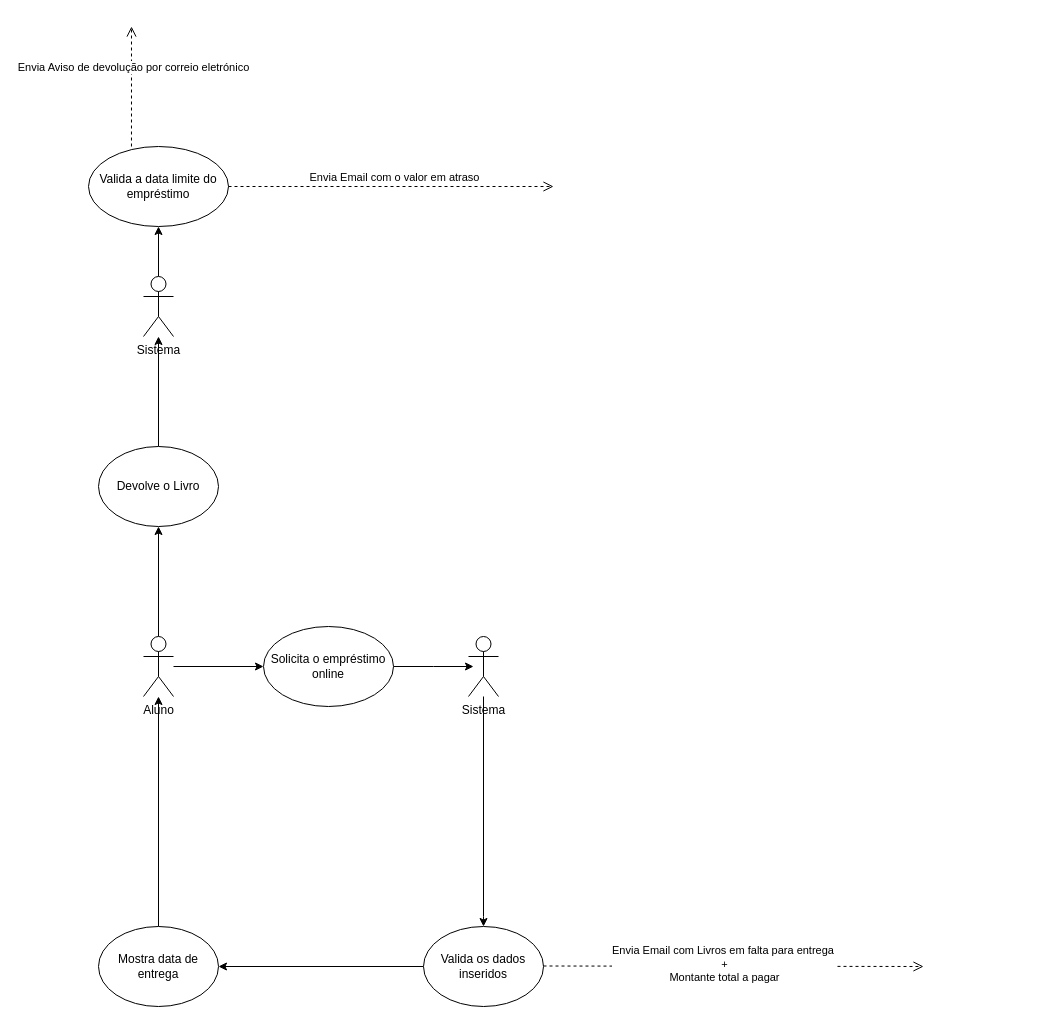
Earlier version of the draw.io diagram Praticas/pratica2.drawio (joaoabreu1/tpsi-progoo-2074622). Source tidied: cells renumbered, new cells numbered last; positions are measured from the earlier drawing's top-left corner, leaving out a move shared by most shapes. Both pictures are drawn from the tidied source at 100%, with x=0, y=0 at pixel (88, 26).
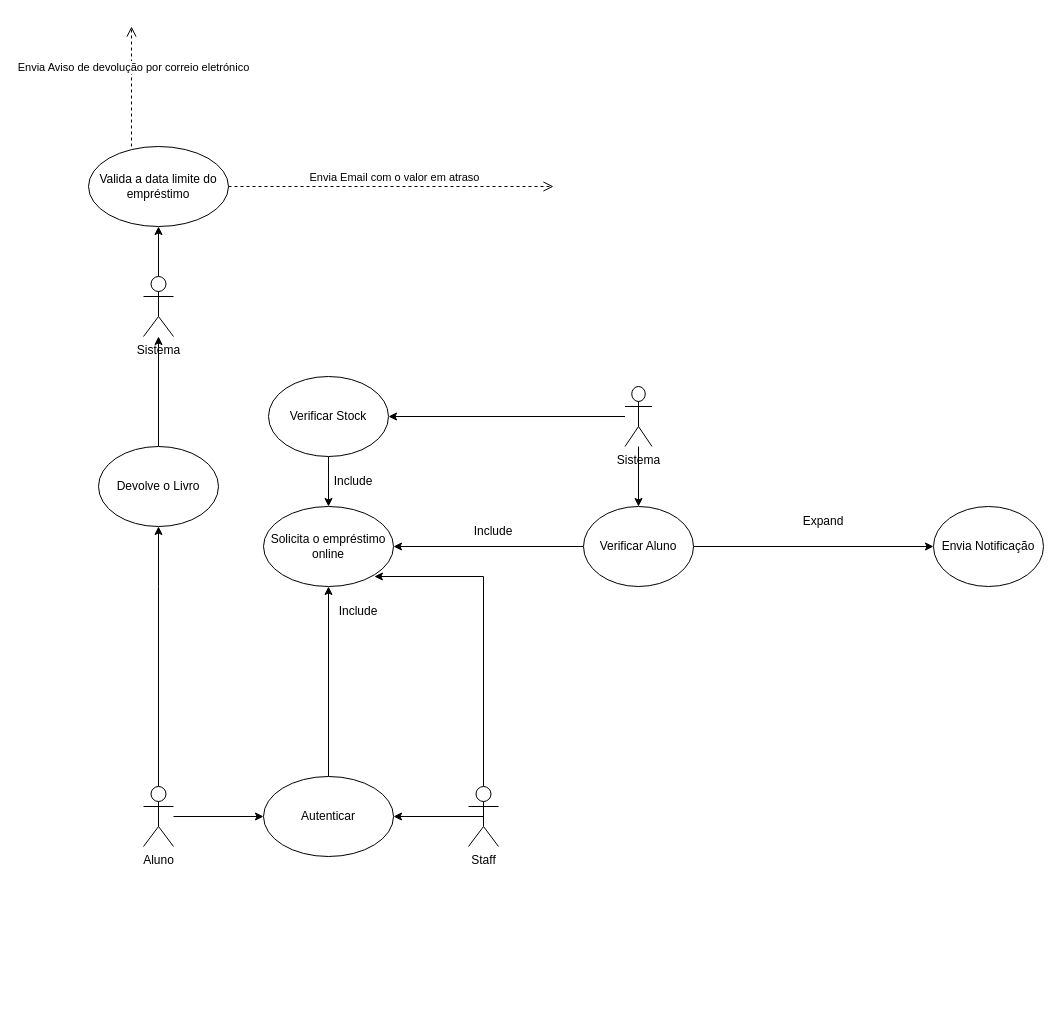
The same page after the edit.

The change refers to these unchanged cells:
```xml
<mxCell id="14" value="Devolve o Livro" style="ellipse;whiteSpace=wrap;html=1;" parent="1" vertex="1">
  <mxGeometry x="10" y="420" width="120" height="80" as="geometry" />
</mxCell>
```

Diff of the diagram source:
```diff
@@
-    <mxCell id="2" value="Sistema" style="shape=umlActor;verticalLabelPosition=bottom;verticalAlign=top;html=1;outlineConnect=0;" parent="1" vertex="1">
-      <mxGeometry x="380" y="610" width="30" height="60" as="geometry" />
-    </mxCell>
-    <mxCell id="3" style="edgeStyle=orthogonalEdgeStyle;rounded=0;jettySize=auto;html=1;entryX=0.5;entryY=0;entryDx=0;entryDy=0;" parent="1" edge="1" source="2" target="7">
-      <mxGeometry relative="1" as="geometry">
-        <Array as="points">
-          <mxPoint x="395" y="890" />
-          <mxPoint x="395" y="890" />
-        </Array>
-      </mxGeometry>
-    </mxCell>
-    <mxCell id="4" style="edgeStyle=orthogonalEdgeStyle;rounded=0;jettySize=auto;html=1;" parent="1" edge="1" source="5" target="10">
-      <mxGeometry relative="1" as="geometry" />
-    </mxCell>
-    <mxCell id="5" value="Mostra data de entrega" style="ellipse;whiteSpace=wrap;html=1;" parent="1" vertex="1">
-      <mxGeometry x="10" y="900" width="120" height="80" as="geometry" />
-    </mxCell>
-    <mxCell id="6" style="edgeStyle=orthogonalEdgeStyle;rounded=0;jettySize=auto;html=1;entryX=1;entryY=0.5;entryDx=0;entryDy=0;" parent="1" edge="1" source="7" target="5">
-      <mxGeometry relative="1" as="geometry" />
-    </mxCell>
-    <mxCell id="7" value="Valida os dados inseridos" style="ellipse;whiteSpace=wrap;html=1;" parent="1" vertex="1">
-      <mxGeometry x="335" y="900" width="120" height="80" as="geometry" />
-    </mxCell>
-    <mxCell id="8" style="edgeStyle=orthogonalEdgeStyle;rounded=0;jettySize=auto;html=1;" parent="1" edge="1" source="10" target="12">
-      <mxGeometry relative="1" as="geometry" />
-    </mxCell>
     <mxCell id="9" style="edgeStyle=orthogonalEdgeStyle;rounded=0;jettySize=auto;html=1;" parent="1" edge="1" source="10" target="14">
-      <mxGeometry relative="1" as="geometry" />
+      <mxGeometry relative="1" as="geometry">
+        <Array as="points">
+          <mxPoint x="70" y="560" />
+          <mxPoint x="70" y="560" />
+        </Array>
+      </mxGeometry>
     </mxCell>
+    <mxCell id="21" style="edgeStyle=orthogonalEdgeStyle;rounded=0;jettySize=auto;html=1;" parent="1" edge="1" source="10" target="26">
+      <mxGeometry relative="1" as="geometry" />
+    </mxCell>
     <mxCell id="10" value="Aluno" style="shape=umlActor;verticalLabelPosition=bottom;verticalAlign=top;html=1;outlineConnect=0;" parent="1" vertex="1">
-      <mxGeometry x="55" y="610" width="30" height="60" as="geometry" />
+      <mxGeometry x="55" y="760" width="30" height="60" as="geometry" />
     </mxCell>
-    <mxCell id="11" style="edgeStyle=orthogonalEdgeStyle;rounded=0;jettySize=auto;html=1;" parent="1" edge="1" source="12">
-      <mxGeometry relative="1" as="geometry">
-        <mxPoint x="385" y="640" as="targetPoint" />
-      </mxGeometry>
-    </mxCell>
     <mxCell id="12" value="Solicita o empréstimo online" style="ellipse;whiteSpace=wrap;html=1;" parent="1" vertex="1">
-      <mxGeometry x="175" y="600" width="130" height="80" as="geometry" />
+      <mxGeometry x="175" y="480" width="130" height="80" as="geometry" />
     </mxCell>
@@
-    <mxCell id="20" value="Envia Email com Livros em falta para entrega&amp;nbsp;&lt;br&gt;+&lt;br&gt;Montante total a pagar" style="html=1;verticalAlign=bottom;endArrow=open;dashed=1;endSize=8;curved=0;rounded=0;exitX=1;exitY=0.5;exitDx=0;exitDy=0;" parent="1" edge="1">
-      <mxGeometry x="-0.05" y="-20" relative="1" as="geometry">
-        <mxPoint x="455" y="939.5" as="sourcePoint" />
-        <mxPoint x="835" y="940" as="targetPoint" />
-      </mxGeometry>
-    </mxCell>
+    <mxCell id="22" style="edgeStyle=orthogonalEdgeStyle;rounded=0;jettySize=auto;html=1;exitX=0.5;exitY=0.5;exitDx=0;exitDy=0;exitPerimeter=0;" parent="1" edge="1" source="24" target="26">
+      <mxGeometry relative="1" as="geometry" />
+    </mxCell>
+    <mxCell id="23" style="edgeStyle=orthogonalEdgeStyle;rounded=0;jettySize=auto;html=1;entryX=1;entryY=1;entryDx=0;entryDy=0;exitX=0.5;exitY=0;exitDx=0;exitDy=0;exitPerimeter=0;" parent="1" edge="1" source="24">
+      <mxGeometry relative="1" as="geometry">
+        <mxPoint x="285.9" y="550" as="targetPoint" />
+        <Array as="points">
+          <mxPoint x="395" y="550" />
+        </Array>
+      </mxGeometry>
+    </mxCell>
+    <mxCell id="24" value="Staff" style="shape=umlActor;verticalLabelPosition=bottom;verticalAlign=top;html=1;outlineConnect=0;" parent="1" vertex="1">
+      <mxGeometry x="380" y="760" width="30" height="60" as="geometry" />
+    </mxCell>
+    <mxCell id="25" style="edgeStyle=orthogonalEdgeStyle;rounded=0;jettySize=auto;html=1;" parent="1" edge="1" source="26" target="12">
+      <mxGeometry relative="1" as="geometry" />
+    </mxCell>
+    <mxCell id="26" value="Autenticar" style="ellipse;whiteSpace=wrap;html=1;" parent="1" vertex="1">
+      <mxGeometry x="175" y="750" width="130" height="80" as="geometry" />
+    </mxCell>
+    <mxCell id="27" style="edgeStyle=orthogonalEdgeStyle;rounded=0;jettySize=auto;html=1;" parent="1" edge="1" source="29" target="12">
+      <mxGeometry relative="1" as="geometry" />
+    </mxCell>
+    <mxCell id="28" style="edgeStyle=orthogonalEdgeStyle;rounded=0;jettySize=auto;html=1;entryX=0;entryY=0.5;entryDx=0;entryDy=0;" parent="1" edge="1" source="29" target="34">
+      <mxGeometry relative="1" as="geometry" />
+    </mxCell>
+    <mxCell id="29" value="Verificar Aluno" style="ellipse;whiteSpace=wrap;html=1;" parent="1" vertex="1">
+      <mxGeometry x="495" y="480" width="110" height="80" as="geometry" />
+    </mxCell>
+    <mxCell id="30" style="edgeStyle=orthogonalEdgeStyle;rounded=0;jettySize=auto;html=1;entryX=0.5;entryY=0;entryDx=0;entryDy=0;" parent="1" edge="1" source="31" target="12">
+      <mxGeometry relative="1" as="geometry" />
+    </mxCell>
+    <mxCell id="31" value="Verificar Stock" style="ellipse;whiteSpace=wrap;html=1;" parent="1" vertex="1">
+      <mxGeometry x="180" y="350" width="120" height="80" as="geometry" />
+    </mxCell>
+    <mxCell id="32" style="edgeStyle=orthogonalEdgeStyle;rounded=0;jettySize=auto;html=1;" parent="1" edge="1" source="2" target="29">
+      <mxGeometry relative="1" as="geometry" />
+    </mxCell>
+    <mxCell id="33" style="edgeStyle=orthogonalEdgeStyle;rounded=0;jettySize=auto;html=1;entryX=1;entryY=0.5;entryDx=0;entryDy=0;" parent="1" edge="1" source="2" target="31">
+      <mxGeometry relative="1" as="geometry" />
+    </mxCell>
+    <mxCell id="2" value="Sistema" style="shape=umlActor;verticalLabelPosition=bottom;verticalAlign=top;html=1;outlineConnect=0;" parent="1" vertex="1">
+      <mxGeometry x="536.5" y="360" width="27" height="60" as="geometry" />
+    </mxCell>
+    <mxCell id="34" value="Envia Notificação" style="ellipse;whiteSpace=wrap;html=1;" parent="1" vertex="1">
+      <mxGeometry x="845" y="480" width="110" height="80" as="geometry" />
+    </mxCell>
+    <mxCell id="35" value="Include" style="text;html=1;align=center;verticalAlign=middle;whiteSpace=wrap;rounded=0;" parent="1" vertex="1">
+      <mxGeometry x="235" y="440" width="60" height="30" as="geometry" />
+    </mxCell>
+    <mxCell id="36" value="Expand" style="text;html=1;align=center;verticalAlign=middle;whiteSpace=wrap;rounded=0;" parent="1" vertex="1">
+      <mxGeometry x="705" y="480" width="60" height="30" as="geometry" />
+    </mxCell>
+    <mxCell id="37" value="Include" style="text;html=1;align=center;verticalAlign=middle;whiteSpace=wrap;rounded=0;" parent="1" vertex="1">
+      <mxGeometry x="240" y="570" width="60" height="30" as="geometry" />
+    </mxCell>
+    <mxCell id="38" value="Include" style="text;html=1;align=center;verticalAlign=middle;whiteSpace=wrap;rounded=0;" parent="1" vertex="1">
+      <mxGeometry x="375" y="490" width="60" height="30" as="geometry" />
+    </mxCell>
```
